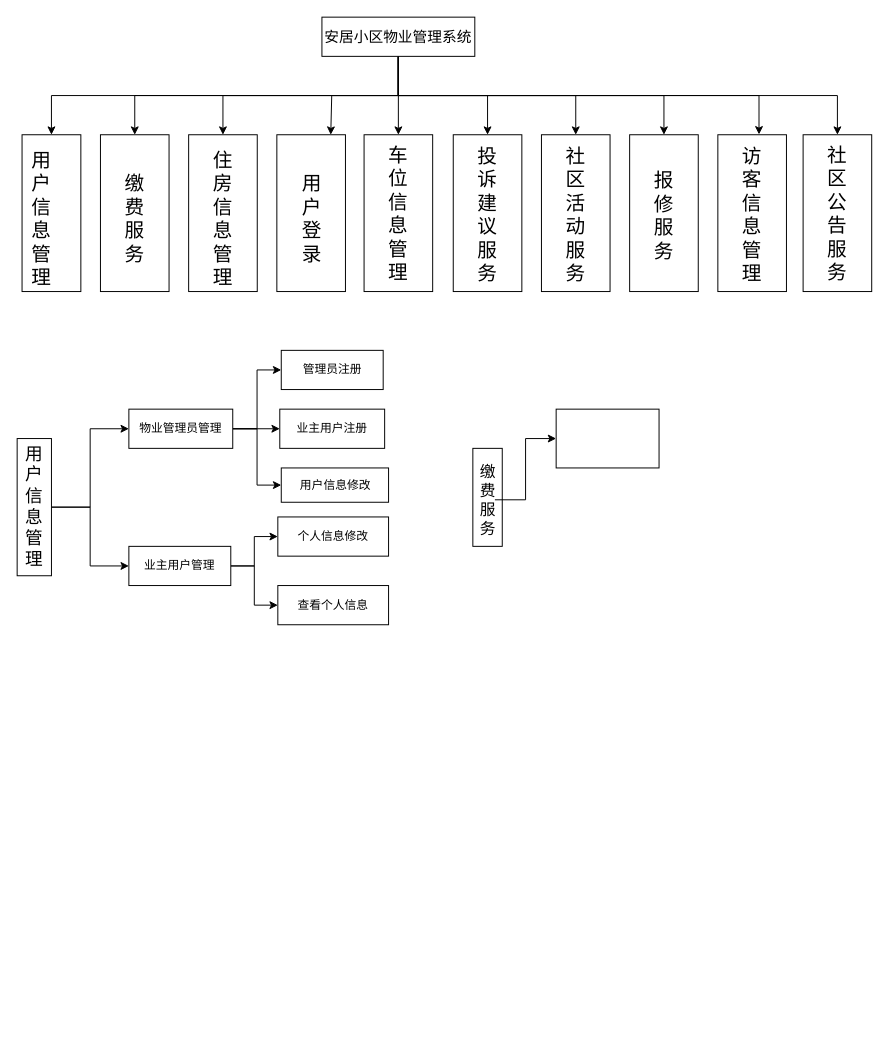
The draw.io diagram page "第 3 页" (3 of 4) of projectfiles/uml/安居小区物业管理系统.drawio in KuChanMaster/PropertiesManager, before the edit. Source tidied: cells renumbered, new cells numbered last; positions are measured from the earlier drawing's top-left corner, leaving out a move shared by most shapes. Both pictures are drawn from the tidied source at 98%, with x=0, y=0 at pixel (17, 17).
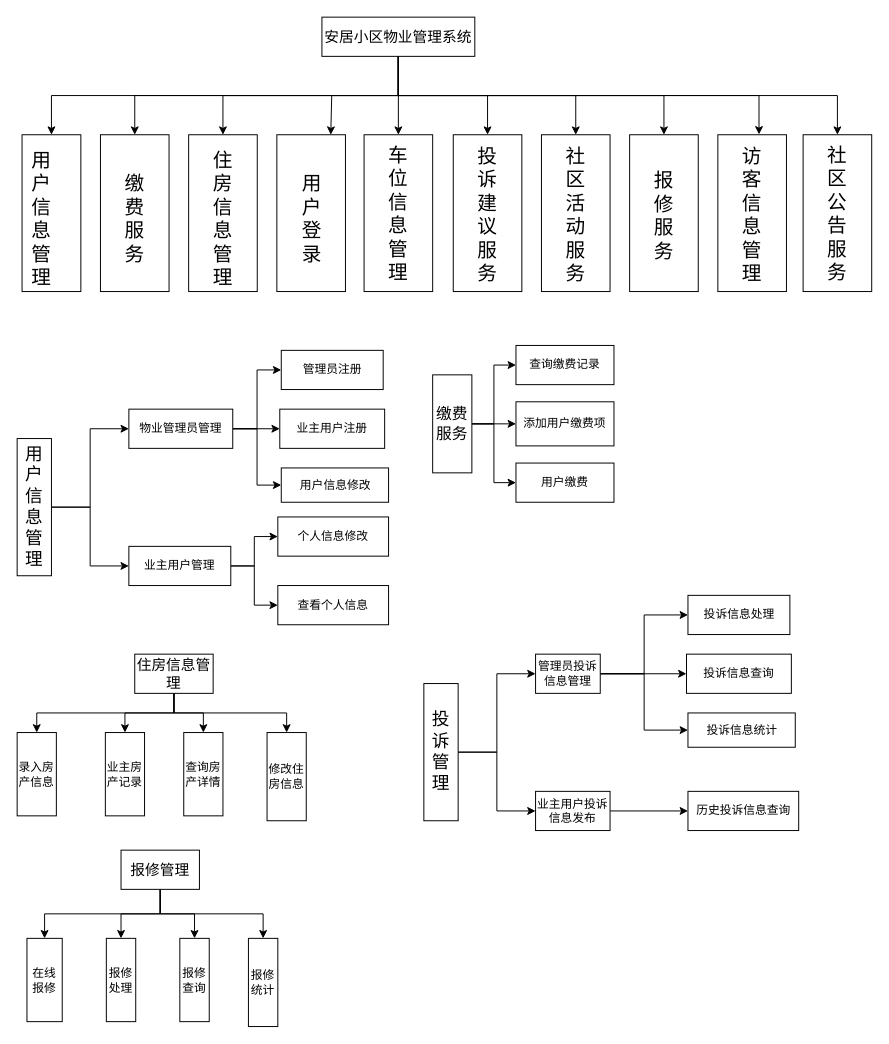
Above is the later version.

Change to the diagram source:
```diff
@@
+    <mxCell id="53" style="edgeStyle=orthogonalEdgeStyle;rounded=0;jettySize=auto;html=1;entryX=0;entryY=0.5;entryDx=0;entryDy=0;" parent="1" edge="1" source="49" target="52">
+      <mxGeometry relative="1" as="geometry" />
+    </mxCell>
+    <mxCell id="54" style="edgeStyle=orthogonalEdgeStyle;rounded=0;jettySize=auto;html=1;exitX=1;exitY=0.5;exitDx=0;exitDy=0;entryX=0;entryY=0.5;entryDx=0;entryDy=0;" parent="1" edge="1" source="49" target="57">
+      <mxGeometry relative="1" as="geometry" />
+    </mxCell>
+    <mxCell id="55" style="edgeStyle=orthogonalEdgeStyle;rounded=0;jettySize=auto;html=1;exitX=1;exitY=0.5;exitDx=0;exitDy=0;" parent="1" edge="1" source="49">
+      <mxGeometry relative="1" as="geometry">
+        <mxPoint x="464" y="415" as="targetPoint" />
+      </mxGeometry>
+    </mxCell>
+    <mxCell id="56" style="edgeStyle=orthogonalEdgeStyle;rounded=0;jettySize=auto;html=1;exitX=1;exitY=0.5;exitDx=0;exitDy=0;entryX=0;entryY=0.5;entryDx=0;entryDy=0;" parent="1" edge="1" source="49" target="58">
+      <mxGeometry relative="1" as="geometry" />
+    </mxCell>
-    <mxCell id="49" style="rounded=0;whiteSpace=wrap;html=1;" parent="1" vertex="1">
-      <mxGeometry x="465" y="440" width="30" height="100" as="geometry" />
+    <mxCell id="49" value="&lt;span style=&quot;font-size: 16px;&quot;&gt;缴费服务&lt;/span&gt;" style="rounded=0;whiteSpace=wrap;html=1;" parent="1" vertex="1">
+      <mxGeometry x="424" y="365" width="40" height="100" as="geometry" />
     </mxCell>
-    <mxCell id="50" style="edgeStyle=orthogonalEdgeStyle;rounded=0;jettySize=auto;html=1;" parent="1" edge="1" source="51" target="52">
-      <mxGeometry relative="1" as="geometry" />
-    </mxCell>
-    <mxCell id="51" value="&lt;font style=&quot;font-size: 16px;&quot;&gt;缴费服务&lt;/font&gt;" style="text;html=1;align=center;verticalAlign=middle;whiteSpace=wrap;rounded=0;" parent="1" vertex="1">
-      <mxGeometry x="472.5" y="430" width="15" height="125" as="geometry" />
-    </mxCell>
-    <mxCell id="52" style="whiteSpace=wrap;html=1;" parent="1" vertex="1">
-      <mxGeometry x="550" y="400" width="105" height="60" as="geometry" />
+    <mxCell id="52" value="查询缴费记录" style="whiteSpace=wrap;html=1;" parent="1" vertex="1">
+      <mxGeometry x="509" y="335" width="100" height="40" as="geometry" />
     </mxCell>
+    <mxCell id="57" value="添加用户缴费项" style="whiteSpace=wrap;html=1;rounded=0;" parent="1" vertex="1">
+      <mxGeometry x="509" y="392.5" width="100" height="45" as="geometry" />
+    </mxCell>
+    <mxCell id="58" value="用户缴费" style="rounded=0;whiteSpace=wrap;html=1;" parent="1" vertex="1">
+      <mxGeometry x="509" y="455" width="100" height="40" as="geometry" />
+    </mxCell>
+    <mxCell id="59" style="edgeStyle=orthogonalEdgeStyle;rounded=0;jettySize=auto;html=1;exitX=1;exitY=0.5;exitDx=0;exitDy=0;entryX=0;entryY=0.5;entryDx=0;entryDy=0;" parent="1" edge="1" source="63" target="64">
+      <mxGeometry relative="1" as="geometry" />
+    </mxCell>
+    <mxCell id="60" style="edgeStyle=orthogonalEdgeStyle;rounded=0;jettySize=auto;html=1;exitX=1;exitY=0.5;exitDx=0;exitDy=0;" parent="1" edge="1" source="63" target="67">
+      <mxGeometry relative="1" as="geometry" />
+    </mxCell>
+    <mxCell id="61" style="edgeStyle=orthogonalEdgeStyle;rounded=0;jettySize=auto;html=1;exitX=1;exitY=0.5;exitDx=0;exitDy=0;entryX=0;entryY=0.5;entryDx=0;entryDy=0;" parent="1" edge="1" source="63" target="65">
+      <mxGeometry relative="1" as="geometry" />
+    </mxCell>
+    <mxCell id="62" style="edgeStyle=orthogonalEdgeStyle;rounded=0;jettySize=auto;html=1;exitX=1;exitY=0.5;exitDx=0;exitDy=0;entryX=0;entryY=0.5;entryDx=0;entryDy=0;" parent="1" edge="1" source="63" target="66">
+      <mxGeometry relative="1" as="geometry" />
+    </mxCell>
+    <mxCell id="63" value="&lt;font style=&quot;font-size: 15px;&quot;&gt;住房信息管理&lt;/font&gt;" style="whiteSpace=wrap;html=1;rounded=0;direction=south;" parent="1" vertex="1">
+      <mxGeometry x="120" y="650" width="80" height="40" as="geometry" />
+    </mxCell>
+    <mxCell id="64" value="录入房产信息" style="whiteSpace=wrap;html=1;rounded=0;direction=south;" parent="1" vertex="1">
+      <mxGeometry y="730" width="40" height="85" as="geometry" />
+    </mxCell>
+    <mxCell id="65" value="查询房产详情" style="whiteSpace=wrap;html=1;rounded=0;direction=south;" parent="1" vertex="1">
+      <mxGeometry x="170" y="730" width="40" height="85" as="geometry" />
+    </mxCell>
+    <mxCell id="66" value="修改住房信息" style="rounded=0;whiteSpace=wrap;html=1;direction=south;" parent="1" vertex="1">
+      <mxGeometry x="255" y="730" width="40" height="90" as="geometry" />
+    </mxCell>
+    <mxCell id="67" value="业主房产记录" style="rounded=0;whiteSpace=wrap;html=1;direction=south;" parent="1" vertex="1">
+      <mxGeometry x="90" y="730" width="40" height="85" as="geometry" />
+    </mxCell>
+    <mxCell id="68" style="edgeStyle=orthogonalEdgeStyle;rounded=0;jettySize=auto;html=1;exitX=1;exitY=0.5;exitDx=0;exitDy=0;entryX=0;entryY=0.5;entryDx=0;entryDy=0;" parent="1" edge="1" source="72" target="73">
+      <mxGeometry relative="1" as="geometry" />
+    </mxCell>
+    <mxCell id="69" style="edgeStyle=orthogonalEdgeStyle;rounded=0;jettySize=auto;html=1;exitX=1;exitY=0.5;exitDx=0;exitDy=0;" parent="1" edge="1" source="72" target="76">
+      <mxGeometry relative="1" as="geometry" />
+    </mxCell>
+    <mxCell id="70" style="edgeStyle=orthogonalEdgeStyle;rounded=0;jettySize=auto;html=1;exitX=1;exitY=0.5;exitDx=0;exitDy=0;entryX=0;entryY=0.5;entryDx=0;entryDy=0;" parent="1" edge="1" source="72" target="74">
+      <mxGeometry relative="1" as="geometry" />
+    </mxCell>
+    <mxCell id="71" style="edgeStyle=orthogonalEdgeStyle;rounded=0;jettySize=auto;html=1;exitX=1;exitY=0.5;exitDx=0;exitDy=0;entryX=0;entryY=0.5;entryDx=0;entryDy=0;" parent="1" edge="1" source="72" target="75">
+      <mxGeometry relative="1" as="geometry" />
+    </mxCell>
+    <mxCell id="72" value="&lt;span style=&quot;font-size: 15px;&quot;&gt;报修管理&lt;/span&gt;" style="whiteSpace=wrap;html=1;rounded=0;direction=south;" parent="1" vertex="1">
+      <mxGeometry x="106" y="850" width="80" height="40" as="geometry" />
+    </mxCell>
+    <mxCell id="73" value="在线报修" style="whiteSpace=wrap;html=1;rounded=0;direction=south;" parent="1" vertex="1">
+      <mxGeometry x="10" y="940" width="36" height="85" as="geometry" />
+    </mxCell>
+    <mxCell id="74" value="报修查询" style="whiteSpace=wrap;html=1;rounded=0;direction=south;" parent="1" vertex="1">
+      <mxGeometry x="166" y="940" width="30" height="85" as="geometry" />
+    </mxCell>
+    <mxCell id="75" value="报修统计" style="rounded=0;whiteSpace=wrap;html=1;direction=south;" parent="1" vertex="1">
+      <mxGeometry x="236" y="940" width="30" height="90" as="geometry" />
+    </mxCell>
+    <mxCell id="76" value="报修处理" style="rounded=0;whiteSpace=wrap;html=1;direction=south;" parent="1" vertex="1">
+      <mxGeometry x="91" y="940" width="30" height="85" as="geometry" />
+    </mxCell>
+    <mxCell id="77" style="edgeStyle=orthogonalEdgeStyle;rounded=0;jettySize=auto;html=1;exitX=1;exitY=0.5;exitDx=0;exitDy=0;entryX=0;entryY=0.5;entryDx=0;entryDy=0;" parent="1" edge="1" source="79" target="81">
+      <mxGeometry relative="1" as="geometry" />
+    </mxCell>
+    <mxCell id="78" style="edgeStyle=orthogonalEdgeStyle;rounded=0;jettySize=auto;html=1;exitX=1;exitY=0.5;exitDx=0;exitDy=0;entryX=0;entryY=0.5;entryDx=0;entryDy=0;" parent="1" edge="1" source="79" target="85">
+      <mxGeometry relative="1" as="geometry" />
+    </mxCell>
+    <mxCell id="79" value="&lt;span style=&quot;font-size: 18px;&quot;&gt;投诉管理&lt;/span&gt;" style="rounded=0;whiteSpace=wrap;html=1;" parent="1" vertex="1">
+      <mxGeometry x="415" y="680" width="35" height="140" as="geometry" />
+    </mxCell>
+    <mxCell id="80" style="edgeStyle=orthogonalEdgeStyle;rounded=0;jettySize=auto;html=1;exitX=1;exitY=0.5;exitDx=0;exitDy=0;entryX=0;entryY=0.5;entryDx=0;entryDy=0;" parent="1" edge="1" source="81" target="89">
+      <mxGeometry relative="1" as="geometry" />
+    </mxCell>
+    <mxCell id="81" value="业主用户投诉信息发布" style="rounded=0;whiteSpace=wrap;html=1;" parent="1" vertex="1">
+      <mxGeometry x="529" y="790" width="76" height="40" as="geometry" />
+    </mxCell>
+    <mxCell id="82" style="edgeStyle=orthogonalEdgeStyle;rounded=0;jettySize=auto;html=1;exitX=1;exitY=0.5;exitDx=0;exitDy=0;entryX=0;entryY=0.5;entryDx=0;entryDy=0;" parent="1" edge="1" source="85" target="86">
+      <mxGeometry relative="1" as="geometry" />
+    </mxCell>
+    <mxCell id="83" style="edgeStyle=orthogonalEdgeStyle;rounded=0;jettySize=auto;html=1;entryX=0;entryY=0.5;entryDx=0;entryDy=0;" parent="1" edge="1" source="85" target="87">
+      <mxGeometry relative="1" as="geometry" />
+    </mxCell>
+    <mxCell id="84" style="edgeStyle=orthogonalEdgeStyle;rounded=0;jettySize=auto;html=1;exitX=1;exitY=0.5;exitDx=0;exitDy=0;entryX=0;entryY=0.5;entryDx=0;entryDy=0;" parent="1" edge="1" source="85" target="88">
+      <mxGeometry relative="1" as="geometry" />
+    </mxCell>
+    <mxCell id="85" value="管理员投诉信息管理" style="rounded=0;whiteSpace=wrap;html=1;" parent="1" vertex="1">
+      <mxGeometry x="529" y="650" width="66" height="40" as="geometry" />
+    </mxCell>
+    <mxCell id="86" value="投诉信息处理" style="whiteSpace=wrap;html=1;" parent="1" vertex="1">
+      <mxGeometry x="684.5" y="590" width="104" height="40" as="geometry" />
+    </mxCell>
+    <mxCell id="87" value="投诉信息查询" style="rounded=0;whiteSpace=wrap;html=1;" parent="1" vertex="1">
+      <mxGeometry x="683" y="650" width="107" height="40" as="geometry" />
+    </mxCell>
+    <mxCell id="88" value="投诉信息统计" style="rounded=0;whiteSpace=wrap;html=1;" parent="1" vertex="1">
+      <mxGeometry x="684.5" y="710" width="109.5" height="35" as="geometry" />
+    </mxCell>
+    <mxCell id="89" value="历史投诉信息查询" style="rounded=0;whiteSpace=wrap;html=1;" parent="1" vertex="1">
+      <mxGeometry x="684.5" y="790" width="113" height="40" as="geometry" />
+    </mxCell>
+    <mxCell id="90" style="edgeStyle=orthogonalEdgeStyle;rounded=0;orthogonalLoop=1;jettySize=auto;html=1;exitX=0.5;exitY=1;exitDx=0;exitDy=0;" parent="1" edge="1">
+      <mxGeometry relative="1" as="geometry">
+        <mxPoint x="737.5" y="870" as="sourcePoint" />
+        <mxPoint x="737.5" y="870" as="targetPoint" />
+      </mxGeometry>
+    </mxCell>
+    <mxCell id="91" style="edgeStyle=orthogonalEdgeStyle;rounded=0;orthogonalLoop=1;jettySize=auto;html=1;exitX=0.5;exitY=1;exitDx=0;exitDy=0;" parent="1" edge="1" source="87" target="87">
+      <mxGeometry relative="1" as="geometry" />
+    </mxCell>
```
